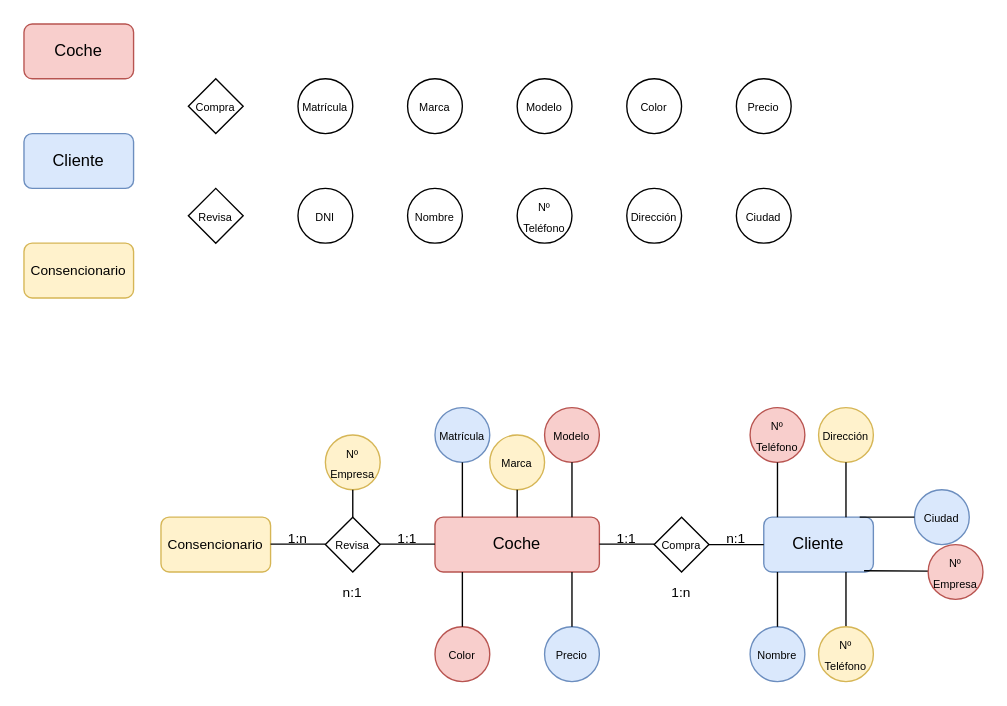
Above: base de datos/Unidad-1/Tareas/6.drawio in Angel170605/BAE (draw.io), before the change. Source tidied: cells renumbered, new cells numbered last; positions are measured from the earlier drawing's top-left corner, leaving out a move shared by most shapes. Both pictures are drawn from the tidied source at 137%, with x=0, y=0 at pixel (23, 23).
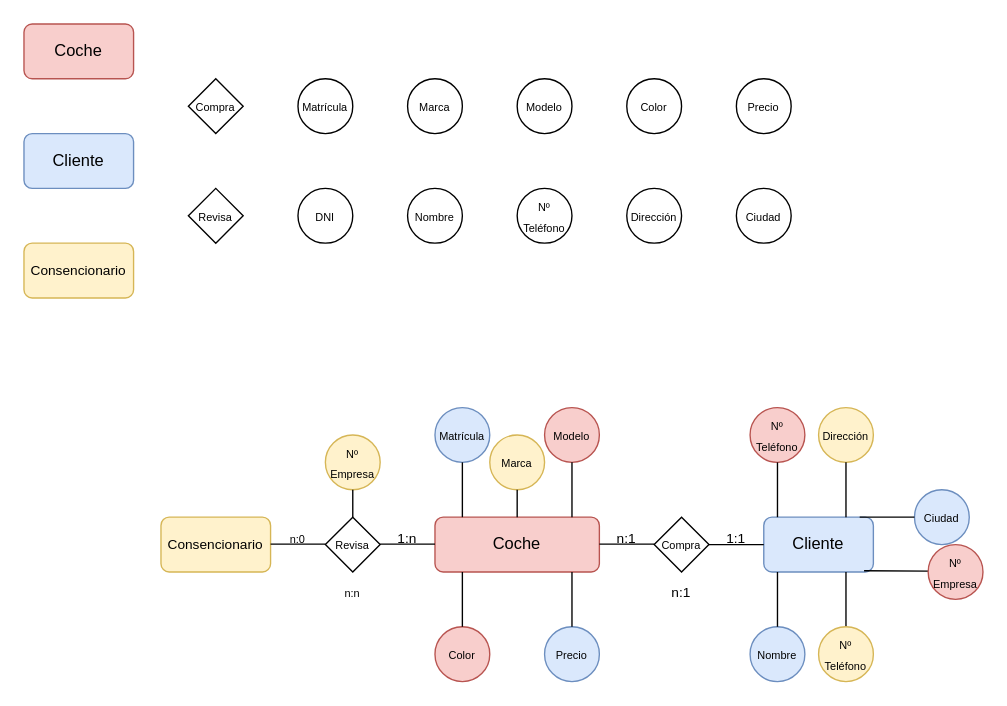
After the change.

The edit, as a diff of the source:
```diff
@@
     <mxCell id="50" value="&lt;font style=&quot;font-size: 10px;&quot;&gt;1:n&lt;/font&gt;" style="text;html=1;strokeColor=none;fillColor=none;align=center;verticalAlign=middle;whiteSpace=wrap;rounded=0;" parent="1" vertex="1">
-      <mxGeometry x="170" y="360" width="60" height="30" as="geometry" />
+      <mxGeometry x="250" y="360" width="60" height="30" as="geometry" />
     </mxCell>
     <mxCell id="51" value="&lt;font style=&quot;font-size: 10px;&quot;&gt;n:1&lt;/font&gt;" style="text;html=1;strokeColor=none;fillColor=none;align=center;verticalAlign=middle;whiteSpace=wrap;rounded=0;" parent="1" vertex="1">
-      <mxGeometry x="490" y="360" width="60" height="30" as="geometry" />
+      <mxGeometry x="410" y="360" width="60" height="30" as="geometry" />
     </mxCell>
-    <mxCell id="52" value="&lt;font style=&quot;font-size: 10px;&quot;&gt;1:1&lt;/font&gt;" style="text;html=1;strokeColor=none;fillColor=none;align=center;verticalAlign=middle;whiteSpace=wrap;rounded=0;" parent="1" vertex="1">
-      <mxGeometry x="250" y="360" width="60" height="30" as="geometry" />
+    <mxCell id="52" value="&lt;font style=&quot;font-size: 8px;&quot;&gt;n:0&lt;/font&gt;" style="text;html=1;strokeColor=none;fillColor=none;align=center;verticalAlign=middle;whiteSpace=wrap;rounded=0;" parent="1" vertex="1">
+      <mxGeometry x="170" y="360" width="60" height="30" as="geometry" />
     </mxCell>
     <mxCell id="53" value="&lt;font style=&quot;font-size: 10px;&quot;&gt;1:1&lt;/font&gt;" style="text;html=1;strokeColor=none;fillColor=none;align=center;verticalAlign=middle;whiteSpace=wrap;rounded=0;" parent="1" vertex="1">
-      <mxGeometry x="410" y="360" width="60" height="30" as="geometry" />
+      <mxGeometry x="490" y="360" width="60" height="30" as="geometry" />
     </mxCell>
     <mxCell id="54" value="&lt;font style=&quot;font-size: 10px;&quot;&gt;n:1&lt;/font&gt;" style="text;html=1;strokeColor=none;fillColor=none;align=center;verticalAlign=middle;whiteSpace=wrap;rounded=0;" parent="1" vertex="1">
-      <mxGeometry x="210" y="400" width="60" height="30" as="geometry" />
+      <mxGeometry x="450" y="400" width="60" height="30" as="geometry" />
     </mxCell>
-    <mxCell id="55" value="&lt;font style=&quot;font-size: 10px;&quot;&gt;1:n&lt;/font&gt;" style="text;html=1;strokeColor=none;fillColor=none;align=center;verticalAlign=middle;whiteSpace=wrap;rounded=0;" parent="1" vertex="1">
-      <mxGeometry x="450" y="400" width="60" height="30" as="geometry" />
+    <mxCell id="55" value="&lt;font style=&quot;font-size: 8px;&quot;&gt;n:n&lt;/font&gt;" style="text;html=1;strokeColor=none;fillColor=none;align=center;verticalAlign=middle;whiteSpace=wrap;rounded=0;" parent="1" vertex="1">
+      <mxGeometry x="210" y="400" width="60" height="30" as="geometry" />
     </mxCell>
```
